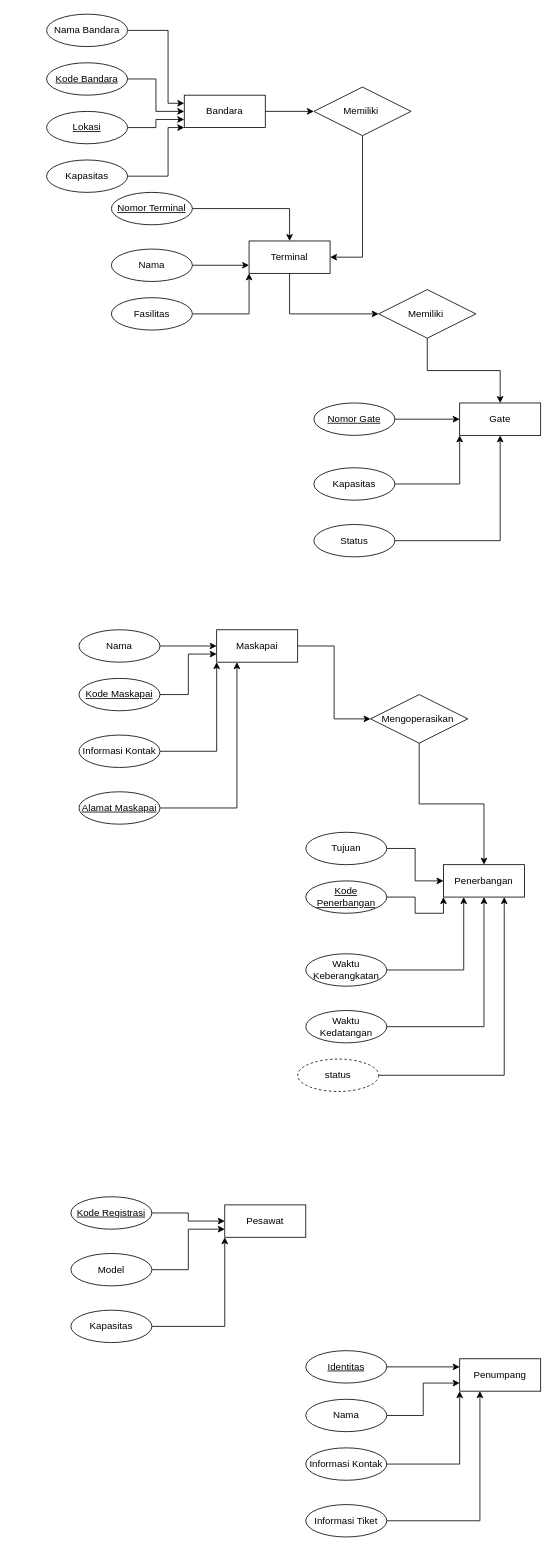
The draw.io diagram basdatminggu2.drawio in thirza258/draw.io, before the edit. Source tidied: cells renumbered, new cells numbered last; positions are measured from the earlier drawing's top-left corner, leaving out a move shared by most shapes. Both pictures are drawn from the tidied source at 81%, with x=0, y=0 at pixel (46, 14).
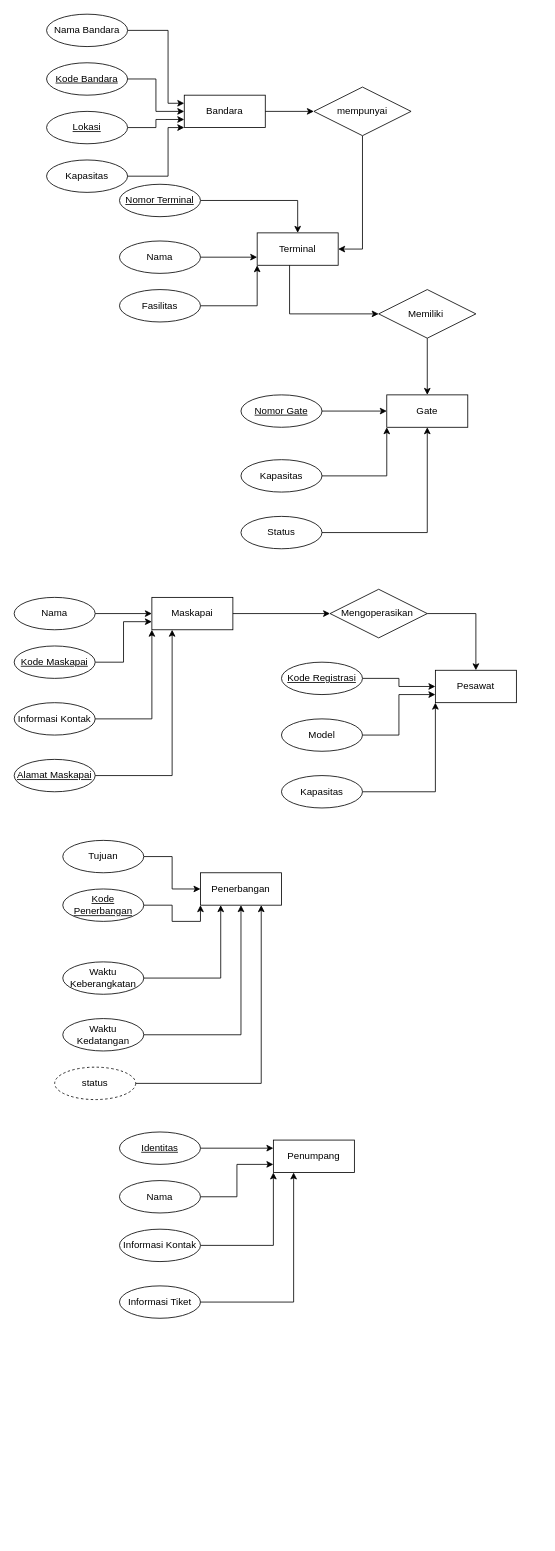
Above is the later version.

Unchanged cells that the change refers to:
```xml
<mxCell id="39" value="Penerbangan" style="whiteSpace=wrap;html=1;align=center;" parent="38" vertex="1">
  <mxGeometry x="180" y="40" width="100" height="40" as="geometry" />
</mxCell>
<mxCell id="51" value="Pesawat" style="whiteSpace=wrap;html=1;align=center;" parent="50" vertex="1">
  <mxGeometry x="190" y="10" width="100" height="40" as="geometry" />
</mxCell>
```

Change to the diagram source:
```diff
@@
     <mxCell id="12" style="group;" parent="1" vertex="1">
-      <mxGeometry x="80" y="220" width="270" height="170" as="geometry" />
+      <mxGeometry x="90" y="210" width="270" height="170" as="geometry" />
     </mxCell>
@@
     <mxCell id="20" style="group;" parent="1" vertex="1">
-      <mxGeometry x="330" y="480" width="280" height="190" as="geometry" />
+      <mxGeometry x="240" y="470" width="280" height="190" as="geometry" />
     </mxCell>
@@
     <mxCell id="28" style="group;" parent="1" vertex="1">
-      <mxGeometry x="40" y="760" width="270" height="240" as="geometry" />
+      <mxGeometry x="-40" y="720" width="270" height="240" as="geometry" />
     </mxCell>
@@
     <mxCell id="38" style="group;" parent="1" vertex="1">
-      <mxGeometry x="310" y="1010" width="280" height="320" as="geometry" />
+      <mxGeometry x="10" y="1020" width="280" height="320" as="geometry" />
     </mxCell>
@@
     <mxCell id="50" style="group;" parent="1" vertex="1">
-      <mxGeometry x="30" y="1460" width="290" height="180" as="geometry" />
+      <mxGeometry x="290" y="800" width="290" height="180" as="geometry" />
     </mxCell>
@@
     <mxCell id="58" style="group;" parent="1" vertex="1">
-      <mxGeometry x="320" y="1650" width="290" height="230" as="geometry" />
+      <mxGeometry x="90" y="1380" width="290" height="230" as="geometry" />
     </mxCell>
@@
-    <mxCell id="69" value="Memiliki&amp;nbsp;" style="shape=rhombus;perimeter=rhombusPerimeter;whiteSpace=wrap;html=1;align=center;" parent="1" vertex="1">
+    <mxCell id="69" value="mempunyai" style="shape=rhombus;perimeter=rhombusPerimeter;whiteSpace=wrap;html=1;align=center;" parent="1" vertex="1">
       <mxGeometry x="330" y="90" width="120" height="60" as="geometry" />
     </mxCell>
@@
-    <mxCell id="74" style="edgeStyle=orthogonalEdgeStyle;rounded=0;jettySize=auto;html=1;entryX=0.5;entryY=0;entryDx=0;entryDy=0;" parent="1" edge="1" source="75" target="39">
-      <mxGeometry relative="1" as="geometry" />
-    </mxCell>
+    <mxCell id="77" style="edgeStyle=orthogonalEdgeStyle;rounded=0;jettySize=auto;html=1;entryX=0.5;entryY=0;entryDx=0;entryDy=0;" parent="1" edge="1" source="75" target="51">
+      <mxGeometry relative="1" as="geometry" />
+    </mxCell>
     <mxCell id="75" value="Mengoperasikan&amp;nbsp;" style="shape=rhombus;perimeter=rhombusPerimeter;whiteSpace=wrap;html=1;align=center;" parent="1" vertex="1">
-      <mxGeometry x="400" y="840" width="120" height="60" as="geometry" />
+      <mxGeometry x="350" y="710" width="120" height="60" as="geometry" />
     </mxCell>
```
